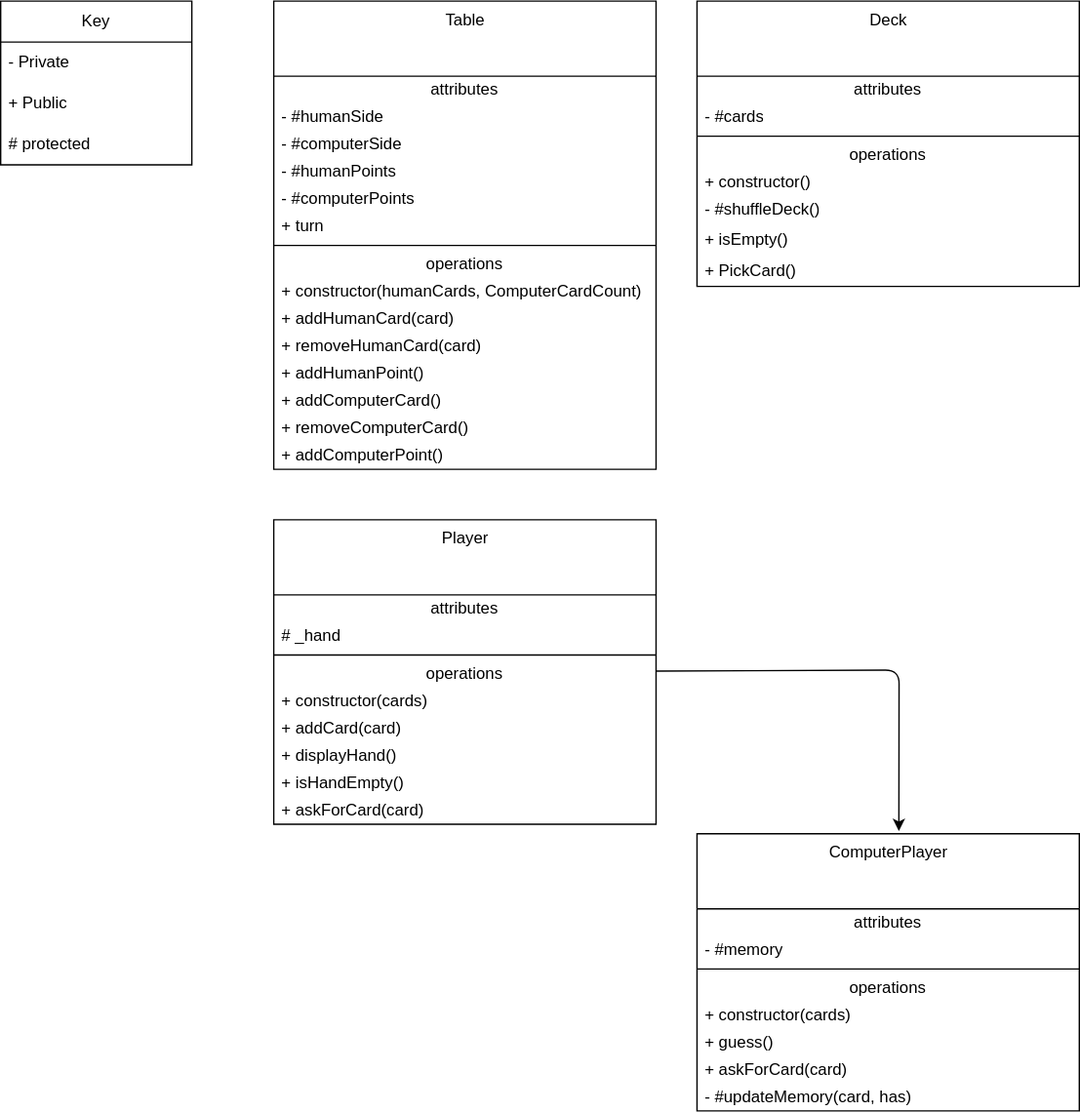
Before: uml.drawio.svg, a diagram exported from draw.io (Anthonyntilelli/go-fish-webpage). Source tidied: cells renumbered, new cells last; positions are measured from the earlier drawing's top-left corner, leaving out a move shared by most shapes.
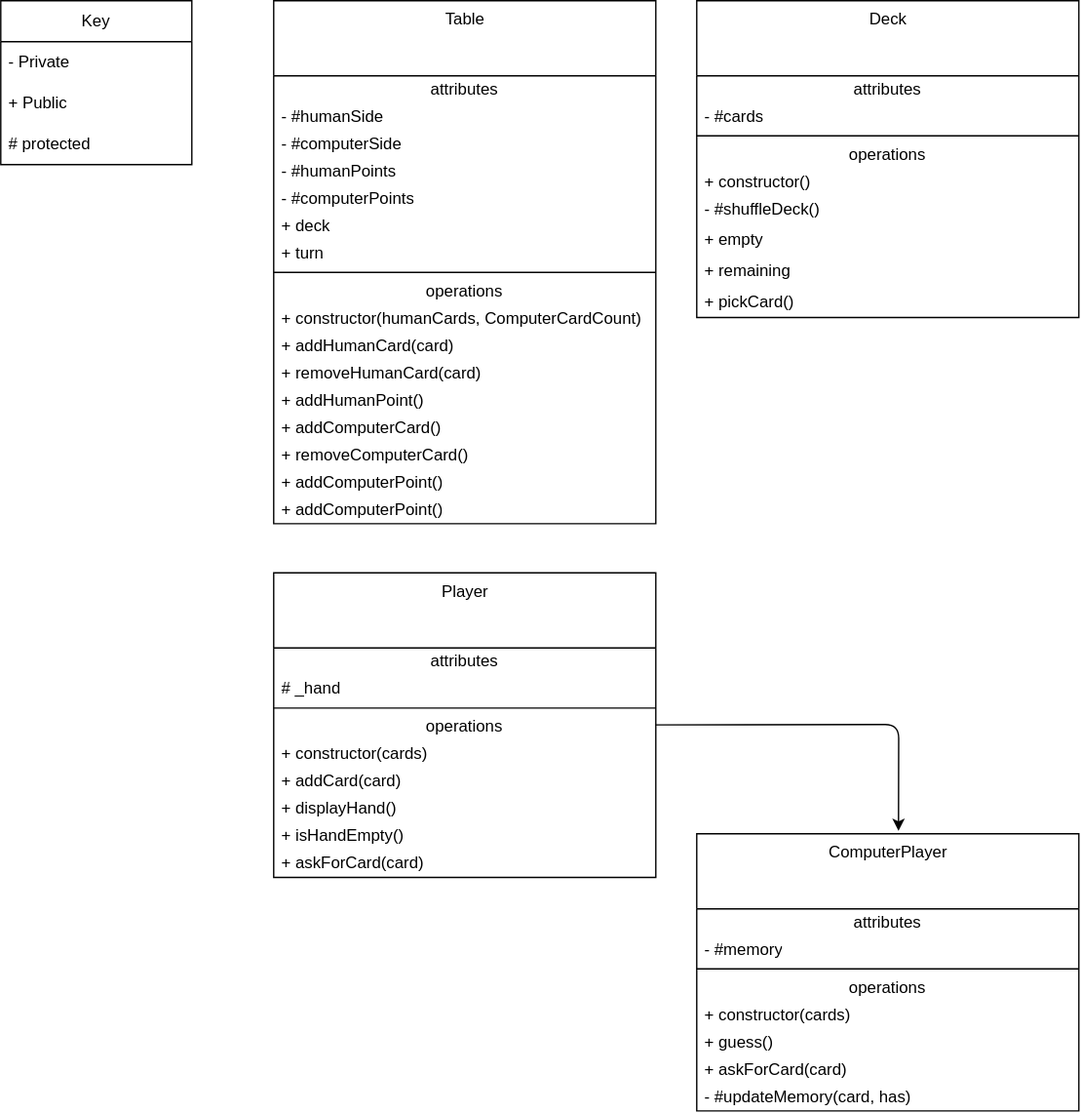
The same diagram one commit later.

Commit message:
added cards.css and deck class

Diff of the diagram source:
```diff
@@ -15,7 +15,7 @@
       <mxGeometry y="90" width="140" height="30" as="geometry" />
     </mxCell>
     <mxCell id="6" value="Table" style="swimlane;fontStyle=0;align=center;verticalAlign=top;horizontal=1;startSize=55;html=1;" parent="1" vertex="1">
-      <mxGeometry x="200" width="280" height="343" as="geometry" />
+      <mxGeometry x="200" width="280" height="383" as="geometry" />
     </mxCell>
     <mxCell id="7" value="attributes" style="text;html=1;strokeColor=none;fillColor=none;align=center;verticalAlign=middle;spacingLeft=4;spacingRight=4;overflow=hidden;" parent="6" vertex="1">
       <mxGeometry y="55" width="280" height="20" as="geometry" />
@@ -32,38 +32,44 @@
     <mxCell id="11" value="- #computerPoints" style="text;html=1;strokeColor=none;fillColor=none;align=left;verticalAlign=middle;spacingLeft=4;spacingRight=4;overflow=hidden;" parent="6" vertex="1">
       <mxGeometry y="135" width="280" height="20" as="geometry" />
     </mxCell>
+    <mxCell id="51" value="+ deck" style="text;html=1;strokeColor=none;fillColor=none;align=left;verticalAlign=middle;spacingLeft=4;spacingRight=4;overflow=hidden;" parent="6" vertex="1">
+      <mxGeometry y="155" width="280" height="20" as="geometry" />
+    </mxCell>
     <mxCell id="12" value="+ turn" style="text;html=1;strokeColor=none;fillColor=none;align=left;verticalAlign=middle;spacingLeft=4;spacingRight=4;overflow=hidden;" parent="6" vertex="1">
-      <mxGeometry y="155" width="280" height="20" as="geometry" />
+      <mxGeometry y="175" width="280" height="20" as="geometry" />
     </mxCell>
     <mxCell id="13" style="line;strokeWidth=1;fillColor=none;align=left;verticalAlign=middle;spacingTop=-1;spacingLeft=3;spacingRight=3;labelPosition=right;" parent="6" vertex="1">
-      <mxGeometry y="175" width="280" height="8" as="geometry" />
+      <mxGeometry y="195" width="280" height="8" as="geometry" />
     </mxCell>
     <mxCell id="14" value="operations" style="text;html=1;strokeColor=none;fillColor=none;align=center;verticalAlign=middle;spacingLeft=4;spacingRight=4;overflow=hidden;" parent="6" vertex="1">
-      <mxGeometry y="183" width="280" height="20" as="geometry" />
+      <mxGeometry y="203" width="280" height="20" as="geometry" />
     </mxCell>
     <mxCell id="15" value="+ constructor(humanCards, ComputerCardCount)" style="text;html=1;strokeColor=none;fillColor=none;align=left;verticalAlign=middle;spacingLeft=4;spacingRight=4;overflow=hidden;" parent="6" vertex="1">
-      <mxGeometry y="203" width="280" height="20" as="geometry" />
+      <mxGeometry y="223" width="280" height="20" as="geometry" />
     </mxCell>
     <mxCell id="16" value="+ addHumanCard(card)" style="text;html=1;strokeColor=none;fillColor=none;align=left;verticalAlign=middle;spacingLeft=4;spacingRight=4;overflow=hidden;" parent="6" vertex="1">
-      <mxGeometry y="223" width="280" height="20" as="geometry" />
+      <mxGeometry y="243" width="280" height="20" as="geometry" />
     </mxCell>
     <mxCell id="17" value="+ removeHumanCard(card)" style="text;html=1;strokeColor=none;fillColor=none;align=left;verticalAlign=middle;spacingLeft=4;spacingRight=4;overflow=hidden;" parent="6" vertex="1">
-      <mxGeometry y="243" width="280" height="20" as="geometry" />
+      <mxGeometry y="263" width="280" height="20" as="geometry" />
     </mxCell>
     <mxCell id="18" value="+ addHumanPoint()" style="text;html=1;strokeColor=none;fillColor=none;align=left;verticalAlign=middle;spacingLeft=4;spacingRight=4;overflow=hidden;" parent="6" vertex="1">
-      <mxGeometry y="263" width="280" height="20" as="geometry" />
+      <mxGeometry y="283" width="280" height="20" as="geometry" />
     </mxCell>
     <mxCell id="19" value="+ addComputerCard()" style="text;html=1;strokeColor=none;fillColor=none;align=left;verticalAlign=middle;spacingLeft=4;spacingRight=4;overflow=hidden;" parent="6" vertex="1">
-      <mxGeometry y="283" width="280" height="20" as="geometry" />
+      <mxGeometry y="303" width="280" height="20" as="geometry" />
     </mxCell>
     <mxCell id="20" value="+ removeComputerCard()" style="text;html=1;strokeColor=none;fillColor=none;align=left;verticalAlign=middle;spacingLeft=4;spacingRight=4;overflow=hidden;" parent="6" vertex="1">
-      <mxGeometry y="303" width="280" height="20" as="geometry" />
+      <mxGeometry y="323" width="280" height="20" as="geometry" />
     </mxCell>
+    <mxCell id="52" value="+ addComputerPoint()" style="text;html=1;strokeColor=none;fillColor=none;align=left;verticalAlign=middle;spacingLeft=4;spacingRight=4;overflow=hidden;" parent="6" vertex="1">
+      <mxGeometry y="343" width="280" height="20" as="geometry" />
+    </mxCell>
     <mxCell id="21" value="+ addComputerPoint()" style="text;html=1;strokeColor=none;fillColor=none;align=left;verticalAlign=middle;spacingLeft=4;spacingRight=4;overflow=hidden;" parent="6" vertex="1">
-      <mxGeometry y="323" width="280" height="20" as="geometry" />
+      <mxGeometry y="363" width="280" height="20" as="geometry" />
     </mxCell>
     <mxCell id="22" value="Deck" style="swimlane;fontStyle=0;align=center;verticalAlign=top;horizontal=1;startSize=55;html=1;" parent="1" vertex="1">
-      <mxGeometry x="510" width="280" height="209" as="geometry" />
+      <mxGeometry x="510" width="280" height="232" as="geometry" />
     </mxCell>
     <mxCell id="23" value="attributes" style="text;html=1;strokeColor=none;fillColor=none;align=center;verticalAlign=middle;spacingLeft=4;spacingRight=4;overflow=hidden;" parent="22" vertex="1">
       <mxGeometry y="55" width="280" height="20" as="geometry" />
@@ -83,21 +89,24 @@
     <mxCell id="28" value="- #shuffleDeck()" style="text;html=1;strokeColor=none;fillColor=none;align=left;verticalAlign=middle;spacingLeft=4;spacingRight=4;overflow=hidden;" parent="22" vertex="1">
       <mxGeometry y="143" width="280" height="20" as="geometry" />
     </mxCell>
-    <mxCell id="29" value="+ isEmpty()" style="text;html=1;strokeColor=none;fillColor=none;align=left;verticalAlign=middle;spacingLeft=4;spacingRight=4;overflow=hidden;" parent="22" vertex="1">
+    <mxCell id="29" value="+ empty" style="text;html=1;strokeColor=none;fillColor=none;align=left;verticalAlign=middle;spacingLeft=4;spacingRight=4;overflow=hidden;" parent="22" vertex="1">
       <mxGeometry y="163" width="280" height="23" as="geometry" />
     </mxCell>
+    <mxCell id="53" value="+ remaining" style="text;html=1;strokeColor=none;fillColor=none;align=left;verticalAlign=middle;spacingLeft=4;spacingRight=4;overflow=hidden;" parent="22" vertex="1">
+      <mxGeometry y="186" width="280" height="23" as="geometry" />
+    </mxCell>
-    <mxCell id="30" value="+ PickCard()" style="text;html=1;strokeColor=none;fillColor=none;align=left;verticalAlign=middle;spacingLeft=4;spacingRight=4;overflow=hidden;" parent="22" vertex="1">
-      <mxGeometry y="186" width="280" height="23" as="geometry" />
+    <mxCell id="30" value="+ pickCard()" style="text;html=1;strokeColor=none;fillColor=none;align=left;verticalAlign=middle;spacingLeft=4;spacingRight=4;overflow=hidden;" parent="22" vertex="1">
+      <mxGeometry y="209" width="280" height="23" as="geometry" />
     </mxCell>
     <mxCell id="31" style="edgeStyle=none;html=1;entryX=0.528;entryY=-0.01;entryDx=0;entryDy=0;entryPerimeter=0;" parent="1" edge="1" source="32" target="42">
       <mxGeometry relative="1" as="geometry">
         <Array as="points">
-          <mxPoint x="658" y="490" />
+          <mxPoint x="658" y="530" />
         </Array>
       </mxGeometry>
     </mxCell>
     <mxCell id="32" value="Player" style="swimlane;fontStyle=0;align=center;verticalAlign=top;horizontal=1;startSize=55;html=1;" parent="1" vertex="1">
-      <mxGeometry x="200" y="380" width="280" height="223" as="geometry" />
+      <mxGeometry x="200" y="419" width="280" height="223" as="geometry" />
     </mxCell>
     <mxCell id="33" value="attributes" style="text;html=1;strokeColor=none;fillColor=none;align=center;verticalAlign=middle;spacingLeft=4;spacingRight=4;overflow=hidden;" parent="32" vertex="1">
       <mxGeometry y="55" width="280" height="20" as="geometry" />
```
